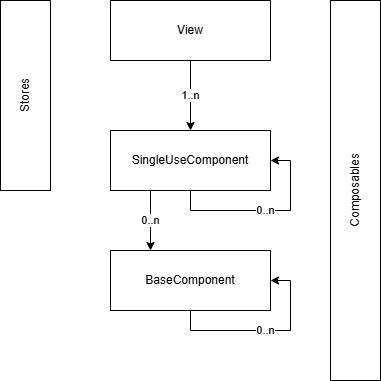
This is docs/src/public/newFrontendArchitecture.drawio.png from it-at-m/Wahllokalsystem, a draw.io export, as it was before one commit. Source tidied: cells renumbered, new cells last; positions are measured from the earlier drawing's top-left corner, leaving out a move shared by most shapes.
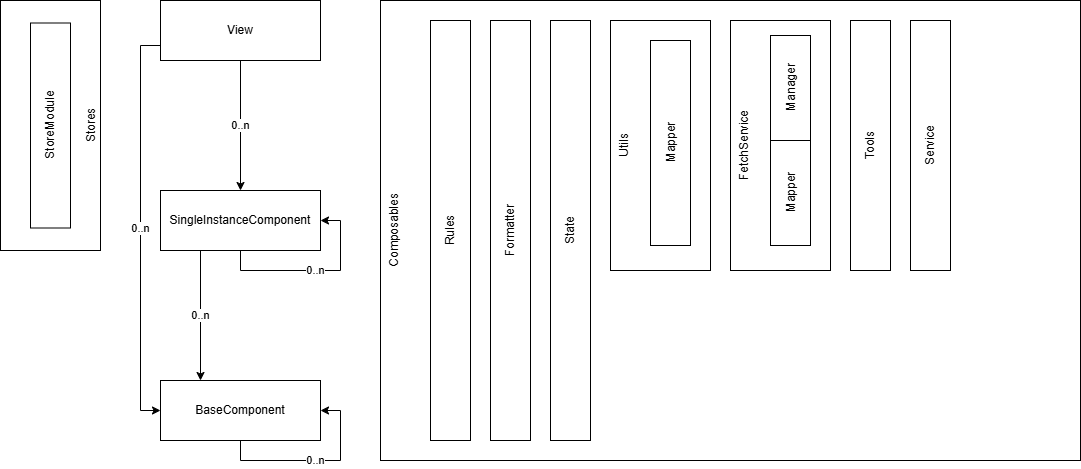
Above is the later version.

The edit, as a diff of the source:
```diff
@@ -2,35 +2,76 @@
   <root>
     <mxCell id="0" />
     <mxCell id="1" parent="0" />
+    <mxCell id="3" value="Stores" style="rounded=0;whiteSpace=wrap;html=1;horizontal=0;align=center;verticalAlign=bottom;" parent="1" vertex="1">
+      <mxGeometry x="-70" y="-210" width="100" height="250" as="geometry" />
+    </mxCell>
+    <mxCell id="12" value="StoreModule" style="rounded=0;whiteSpace=wrap;html=1;direction=west;align=center;verticalAlign=middle;horizontal=0;" parent="3" vertex="1">
+      <mxGeometry x="30" y="22.5" width="40" height="205" as="geometry" />
+    </mxCell>
+    <mxCell id="13" style="group;" parent="1" vertex="1">
+      <mxGeometry x="90" y="-150" width="160" height="310" as="geometry" />
+    </mxCell>
+    <mxCell id="14" value="SingleInstanceComponent" style="rounded=0;whiteSpace=wrap;html=1;" parent="13" vertex="1">
+      <mxGeometry y="130" width="160" height="60" as="geometry" />
+    </mxCell>
+    <mxCell id="15" value="0..n" style="edgeStyle=orthogonalEdgeStyle;rounded=0;orthogonalLoop=1;jettySize=auto;html=1;exitX=0.5;exitY=1;exitDx=0;exitDy=0;entryX=1;entryY=0.5;entryDx=0;entryDy=0;" parent="13" edge="1" source="14" target="14">
+      <mxGeometry relative="1" as="geometry" />
+    </mxCell>
-    <mxCell id="2" value="Composables" style="rounded=0;whiteSpace=wrap;html=1;direction=west;align=center;verticalAlign=middle;horizontal=0;" parent="1" vertex="1">
-      <mxGeometry x="330" width="50" height="380" as="geometry" />
+    <mxCell id="2" value="&lt;span style=&quot;text-align: left;&quot;&gt;Composables&lt;/span&gt;" style="rounded=0;whiteSpace=wrap;html=1;horizontal=0;align=center;verticalAlign=top;" parent="1" vertex="1">
+      <mxGeometry x="310" y="-210" width="700" height="460" as="geometry" />
     </mxCell>
-    <mxCell id="3" value="Stores" style="rounded=0;whiteSpace=wrap;html=1;horizontal=0;" parent="1" vertex="1">
-      <mxGeometry width="50" height="190" as="geometry" />
-    </mxCell>
-    <mxCell id="4" style="group;" parent="1" vertex="1">
-      <mxGeometry x="110" width="160" height="310" as="geometry" />
-    </mxCell>
-    <mxCell id="5" value="1..n" style="edgeStyle=orthogonalEdgeStyle;rounded=0;jettySize=auto;html=1;exitX=0.5;exitY=1;exitDx=0;exitDy=0;entryX=0.5;entryY=0;entryDx=0;entryDy=0;" parent="4" edge="1" source="6" target="8">
-      <mxGeometry relative="1" as="geometry" />
-    </mxCell>
-    <mxCell id="6" value="View" style="rounded=0;whiteSpace=wrap;html=1;" parent="4" vertex="1">
-      <mxGeometry width="160" height="60" as="geometry" />
-    </mxCell>
-    <mxCell id="7" value="0..n" style="edgeStyle=orthogonalEdgeStyle;rounded=0;jettySize=auto;html=1;exitX=0.25;exitY=1;exitDx=0;exitDy=0;entryX=0.25;entryY=0;entryDx=0;entryDy=0;" parent="4" edge="1" source="8" target="10">
-      <mxGeometry relative="1" as="geometry" />
-    </mxCell>
-    <mxCell id="8" value="SingleUseComponent" style="rounded=0;whiteSpace=wrap;html=1;" parent="4" vertex="1">
-      <mxGeometry y="130" width="160" height="60" as="geometry" />
-    </mxCell>
-    <mxCell id="9" value="0..n" style="edgeStyle=orthogonalEdgeStyle;rounded=0;orthogonalLoop=1;jettySize=auto;html=1;exitX=0.5;exitY=1;exitDx=0;exitDy=0;entryX=1;entryY=0.5;entryDx=0;entryDy=0;" parent="4" edge="1" source="8" target="8">
-      <mxGeometry relative="1" as="geometry" />
-    </mxCell>
+    <mxCell id="16" value="Rules" style="rounded=0;whiteSpace=wrap;html=1;direction=west;align=center;verticalAlign=middle;horizontal=0;" parent="2" vertex="1">
+      <mxGeometry x="50" y="20" width="40" height="420" as="geometry" />
+    </mxCell>
+    <mxCell id="17" value="Formatter" style="rounded=0;whiteSpace=wrap;html=1;direction=west;align=center;verticalAlign=middle;horizontal=0;" parent="2" vertex="1">
+      <mxGeometry x="110" y="20" width="40" height="420" as="geometry" />
+    </mxCell>
+    <mxCell id="18" value="Utils" style="rounded=0;whiteSpace=wrap;html=1;horizontal=0;align=center;verticalAlign=top;" parent="2" vertex="1">
+      <mxGeometry x="230" y="20" width="100" height="250" as="geometry" />
+    </mxCell>
+    <mxCell id="19" value="Mapper" style="rounded=0;whiteSpace=wrap;html=1;direction=west;align=center;verticalAlign=middle;horizontal=0;" parent="18" vertex="1">
+      <mxGeometry x="40" y="20" width="40" height="205" as="geometry" />
+    </mxCell>
+    <mxCell id="20" value="Tools" style="rounded=0;whiteSpace=wrap;html=1;direction=west;align=center;verticalAlign=middle;horizontal=0;" parent="2" vertex="1">
+      <mxGeometry x="470" y="20" width="40" height="250" as="geometry" />
+    </mxCell>
+    <mxCell id="21" value="FetchService" style="rounded=0;whiteSpace=wrap;html=1;horizontal=0;align=center;verticalAlign=top;" parent="2" vertex="1">
+      <mxGeometry x="350" y="20" width="100" height="250" as="geometry" />
+    </mxCell>
+    <mxCell id="22" value="Mapper" style="rounded=0;whiteSpace=wrap;html=1;direction=west;align=center;verticalAlign=middle;horizontal=0;" parent="21" vertex="1">
+      <mxGeometry x="40" y="120" width="40" height="105" as="geometry" />
+    </mxCell>
+    <mxCell id="23" value="Manager" style="rounded=0;whiteSpace=wrap;html=1;direction=west;align=center;verticalAlign=middle;horizontal=0;" parent="21" vertex="1">
+      <mxGeometry x="40" y="15" width="40" height="105" as="geometry" />
+    </mxCell>
+    <mxCell id="24" value="Service" style="rounded=0;whiteSpace=wrap;html=1;direction=west;align=center;verticalAlign=middle;horizontal=0;" parent="2" vertex="1">
+      <mxGeometry x="530" y="20" width="40" height="250" as="geometry" />
+    </mxCell>
+    <mxCell id="25" value="State" style="rounded=0;whiteSpace=wrap;html=1;direction=west;align=center;verticalAlign=middle;horizontal=0;" parent="2" vertex="1">
+      <mxGeometry x="170" y="20" width="40" height="420" as="geometry" />
+    </mxCell>
-    <mxCell id="10" value="BaseComponent" style="rounded=0;whiteSpace=wrap;html=1;" parent="4" vertex="1">
-      <mxGeometry y="250" width="160" height="60" as="geometry" />
+    <mxCell id="10" value="BaseComponent" style="rounded=0;whiteSpace=wrap;html=1;" parent="1" vertex="1">
+      <mxGeometry x="90" y="170" width="160" height="60" as="geometry" />
     </mxCell>
-    <mxCell id="11" value="0..n" style="edgeStyle=orthogonalEdgeStyle;rounded=0;orthogonalLoop=1;jettySize=auto;html=1;exitX=0.5;exitY=1;exitDx=0;exitDy=0;entryX=1;entryY=0.5;entryDx=0;entryDy=0;" parent="4" edge="1" source="10" target="10">
+    <mxCell id="11" value="0..n" style="edgeStyle=orthogonalEdgeStyle;rounded=0;orthogonalLoop=1;jettySize=auto;html=1;exitX=0.5;exitY=1;exitDx=0;exitDy=0;entryX=1;entryY=0.5;entryDx=0;entryDy=0;" parent="1" edge="1" source="10" target="10">
       <mxGeometry relative="1" as="geometry" />
     </mxCell>
+    <mxCell id="7" value="0..n" style="edgeStyle=orthogonalEdgeStyle;rounded=0;jettySize=auto;html=1;exitX=0.25;exitY=1;exitDx=0;exitDy=0;entryX=0.25;entryY=0;entryDx=0;entryDy=0;" parent="1" edge="1" source="14" target="10">
+      <mxGeometry relative="1" as="geometry" />
+    </mxCell>
+    <mxCell id="6" value="View" style="rounded=0;whiteSpace=wrap;html=1;" parent="1" vertex="1">
+      <mxGeometry x="90" y="-210" width="160" height="60" as="geometry" />
+    </mxCell>
+    <mxCell id="26" value="0..n" style="edgeStyle=orthogonalEdgeStyle;rounded=0;jettySize=auto;html=1;exitX=0.5;exitY=1;exitDx=0;exitDy=0;entryX=0.5;entryY=0;entryDx=0;entryDy=0;" parent="1" edge="1" source="6" target="14">
+      <mxGeometry relative="1" as="geometry" />
+    </mxCell>
+    <mxCell id="27" value="0..n" style="edgeStyle=orthogonalEdgeStyle;rounded=0;jettySize=auto;html=1;exitX=0;exitY=0.75;exitDx=0;exitDy=0;entryX=0;entryY=0.5;entryDx=0;entryDy=0;" parent="1" edge="1" source="6" target="10">
+      <mxGeometry relative="1" as="geometry">
+        <Array as="points">
+          <mxPoint x="70" y="-165" />
+          <mxPoint x="70" y="200" />
+        </Array>
+      </mxGeometry>
+    </mxCell>
   </root>
 </mxGraphModel>
```
